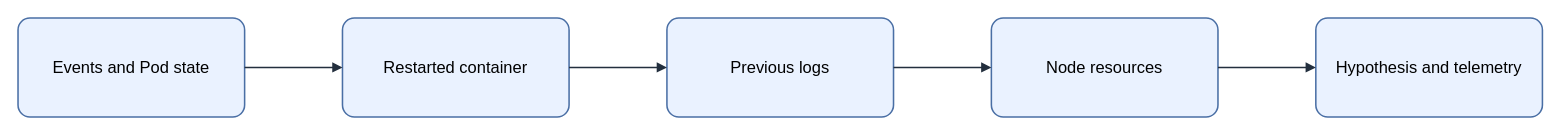
This is assets/img/observability/kubernetes-troubleshooting-flow.drawio from KKamJi98/kkamji98.github.io, a draw.io file, before an edit. Source tidied: cells renumbered, new cells numbered last; positions are measured from the earlier drawing's top-left corner, leaving out a move shared by most shapes. Both pictures are drawn from the tidied source at 103%, with x=0, y=0 at pixel (18, 18).
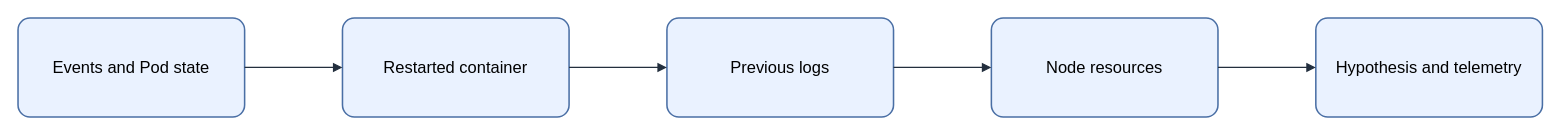
Above is the later version.

What changed in the source:
```diff
@@
 <mxGraphModel background="#FFFFFF">
   <root>
     <mxCell id="0" />
     <mxCell id="1" parent="0" />
-    <mxCell id="2" value="&lt;font style=&quot;color: rgb(0, 0, 0);&quot;&gt;Events and Pod state&lt;/font&gt;" style="rounded=1;arcSize=12;whiteSpace=wrap;html=1;fillColor=#EAF2FF;strokeColor=#4A6FA5;strokeWidth=1.5;fontColor=#000000;fontSize=16;align=center;verticalAlign=middle;spacing=8;shadow=0;" parent="1" vertex="1">
+    <mxCell id="2" value="Events and Pod state" style="rounded=1;arcSize=12;whiteSpace=wrap;html=0;fillColor=#EAF2FF;strokeColor=#4A6FA5;strokeWidth=1.5;fontColor=#000000;fontSize=16;align=center;verticalAlign=middle;spacing=8;shadow=0;" parent="1" vertex="1">
       <mxGeometry width="220" height="96" as="geometry" />
     </mxCell>
-    <mxCell id="3" value="&lt;font style=&quot;color: rgb(0, 0, 0);&quot;&gt;Restarted container&lt;/font&gt;" style="rounded=1;arcSize=12;whiteSpace=wrap;html=1;fillColor=#EAF2FF;strokeColor=#4A6FA5;strokeWidth=1.5;fontColor=#000000;fontSize=16;align=center;verticalAlign=middle;spacing=8;shadow=0;" parent="1" vertex="1">
+    <mxCell id="3" value="Restarted container" style="rounded=1;arcSize=12;whiteSpace=wrap;html=0;fillColor=#EAF2FF;strokeColor=#4A6FA5;strokeWidth=1.5;fontColor=#000000;fontSize=16;align=center;verticalAlign=middle;spacing=8;shadow=0;" parent="1" vertex="1">
       <mxGeometry x="315" width="220" height="96" as="geometry" />
     </mxCell>
-    <mxCell id="4" value="&lt;font style=&quot;color: rgb(0, 0, 0);&quot;&gt;Previous logs&lt;/font&gt;" style="rounded=1;arcSize=12;whiteSpace=wrap;html=1;fillColor=#EAF2FF;strokeColor=#4A6FA5;strokeWidth=1.5;fontColor=#000000;fontSize=16;align=center;verticalAlign=middle;spacing=8;shadow=0;" parent="1" vertex="1">
+    <mxCell id="4" value="Previous logs" style="rounded=1;arcSize=12;whiteSpace=wrap;html=0;fillColor=#EAF2FF;strokeColor=#4A6FA5;strokeWidth=1.5;fontColor=#000000;fontSize=16;align=center;verticalAlign=middle;spacing=8;shadow=0;" parent="1" vertex="1">
       <mxGeometry x="630" width="220" height="96" as="geometry" />
     </mxCell>
-    <mxCell id="5" value="&lt;font style=&quot;color: rgb(0, 0, 0);&quot;&gt;Node resources&lt;/font&gt;" style="rounded=1;arcSize=12;whiteSpace=wrap;html=1;fillColor=#EAF2FF;strokeColor=#4A6FA5;strokeWidth=1.5;fontColor=#000000;fontSize=16;align=center;verticalAlign=middle;spacing=8;shadow=0;" parent="1" vertex="1">
+    <mxCell id="5" value="Node resources" style="rounded=1;arcSize=12;whiteSpace=wrap;html=0;fillColor=#EAF2FF;strokeColor=#4A6FA5;strokeWidth=1.5;fontColor=#000000;fontSize=16;align=center;verticalAlign=middle;spacing=8;shadow=0;" parent="1" vertex="1">
       <mxGeometry x="945" width="220" height="96" as="geometry" />
     </mxCell>
-    <mxCell id="6" value="&lt;font style=&quot;color: rgb(0, 0, 0);&quot;&gt;Hypothesis and telemetry&lt;/font&gt;" style="rounded=1;arcSize=12;whiteSpace=wrap;html=1;fillColor=#EAF2FF;strokeColor=#4A6FA5;strokeWidth=1.5;fontColor=#000000;fontSize=16;align=center;verticalAlign=middle;spacing=8;shadow=0;" parent="1" vertex="1">
+    <mxCell id="6" value="Hypothesis and telemetry" style="rounded=1;arcSize=12;whiteSpace=wrap;html=0;fillColor=#EAF2FF;strokeColor=#4A6FA5;strokeWidth=1.5;fontColor=#000000;fontSize=16;align=center;verticalAlign=middle;spacing=8;shadow=0;" parent="1" vertex="1">
       <mxGeometry x="1260" width="220" height="96" as="geometry" />
     </mxCell>
-    <mxCell id="7" style="edgeStyle=orthogonalEdgeStyle;rounded=0;jettySize=auto;html=1;endArrow=block;endFill=1;strokeColor=#232F3E;strokeWidth=1.5;fontColor=#000000;labelBackgroundColor=none;exitX=1;exitY=0.5;exitDx=0;exitDy=0;entryX=0;entryY=0.5;entryDx=0;entryDy=0;" parent="1" edge="1" source="2" target="3">
+    <mxCell id="7" style="edgeStyle=orthogonalEdgeStyle;rounded=0;jettySize=auto;html=0;endArrow=block;endFill=1;strokeColor=#232F3E;strokeWidth=1.25;fontColor=#000000;labelBackgroundColor=none;exitX=1;exitY=0.5;exitDx=0;exitDy=0;entryX=0;entryY=0.5;entryDx=0;entryDy=0;" parent="1" edge="1" source="2" target="3">
       <mxGeometry relative="1" as="geometry" />
     </mxCell>
-    <mxCell id="8" style="edgeStyle=orthogonalEdgeStyle;rounded=0;jettySize=auto;html=1;endArrow=block;endFill=1;strokeColor=#232F3E;strokeWidth=1.5;fontColor=#000000;labelBackgroundColor=none;exitX=1;exitY=0.5;exitDx=0;exitDy=0;entryX=0;entryY=0.5;entryDx=0;entryDy=0;" parent="1" edge="1" source="3" target="4">
+    <mxCell id="8" style="edgeStyle=orthogonalEdgeStyle;rounded=0;jettySize=auto;html=0;endArrow=block;endFill=1;strokeColor=#232F3E;strokeWidth=1.25;fontColor=#000000;labelBackgroundColor=none;exitX=1;exitY=0.5;exitDx=0;exitDy=0;entryX=0;entryY=0.5;entryDx=0;entryDy=0;" parent="1" edge="1" source="3" target="4">
       <mxGeometry relative="1" as="geometry" />
     </mxCell>
-    <mxCell id="9" style="edgeStyle=orthogonalEdgeStyle;rounded=0;jettySize=auto;html=1;endArrow=block;endFill=1;strokeColor=#232F3E;strokeWidth=1.5;fontColor=#000000;labelBackgroundColor=none;exitX=1;exitY=0.5;exitDx=0;exitDy=0;entryX=0;entryY=0.5;entryDx=0;entryDy=0;" parent="1" edge="1" source="4" target="5">
+    <mxCell id="9" style="edgeStyle=orthogonalEdgeStyle;rounded=0;jettySize=auto;html=0;endArrow=block;endFill=1;strokeColor=#232F3E;strokeWidth=1.25;fontColor=#000000;labelBackgroundColor=none;exitX=1;exitY=0.5;exitDx=0;exitDy=0;entryX=0;entryY=0.5;entryDx=0;entryDy=0;" parent="1" edge="1" source="4" target="5">
       <mxGeometry relative="1" as="geometry" />
     </mxCell>
-    <mxCell id="10" style="edgeStyle=orthogonalEdgeStyle;rounded=0;jettySize=auto;html=1;endArrow=block;endFill=1;strokeColor=#232F3E;strokeWidth=1.5;fontColor=#000000;labelBackgroundColor=none;exitX=1;exitY=0.5;exitDx=0;exitDy=0;entryX=0;entryY=0.5;entryDx=0;entryDy=0;" parent="1" edge="1" source="5" target="6">
+    <mxCell id="10" style="edgeStyle=orthogonalEdgeStyle;rounded=0;jettySize=auto;html=0;endArrow=block;endFill=1;strokeColor=#232F3E;strokeWidth=1.25;fontColor=#000000;labelBackgroundColor=none;exitX=1;exitY=0.5;exitDx=0;exitDy=0;entryX=0;entryY=0.5;entryDx=0;entryDy=0;" parent="1" edge="1" source="5" target="6">
       <mxGeometry relative="1" as="geometry" />
     </mxCell>
   </root>
 </mxGraphModel>
```
